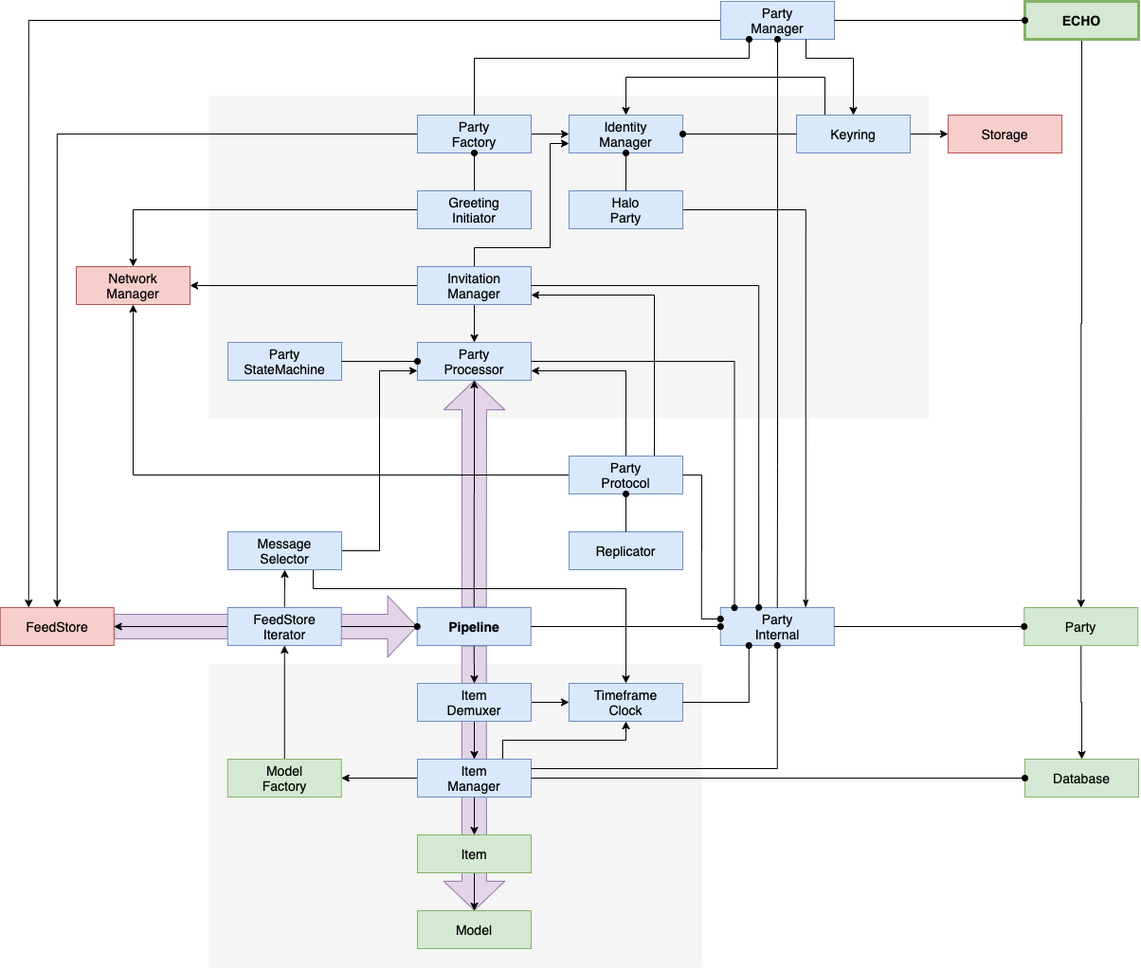
This is docs/content/diagrams/data-processing-2.png from dxos/dxos, a draw.io export, as it was before one commit. Source tidied: cells renumbered, new cells last; positions are measured from the earlier drawing's top-left corner, leaving out a move shared by most shapes.
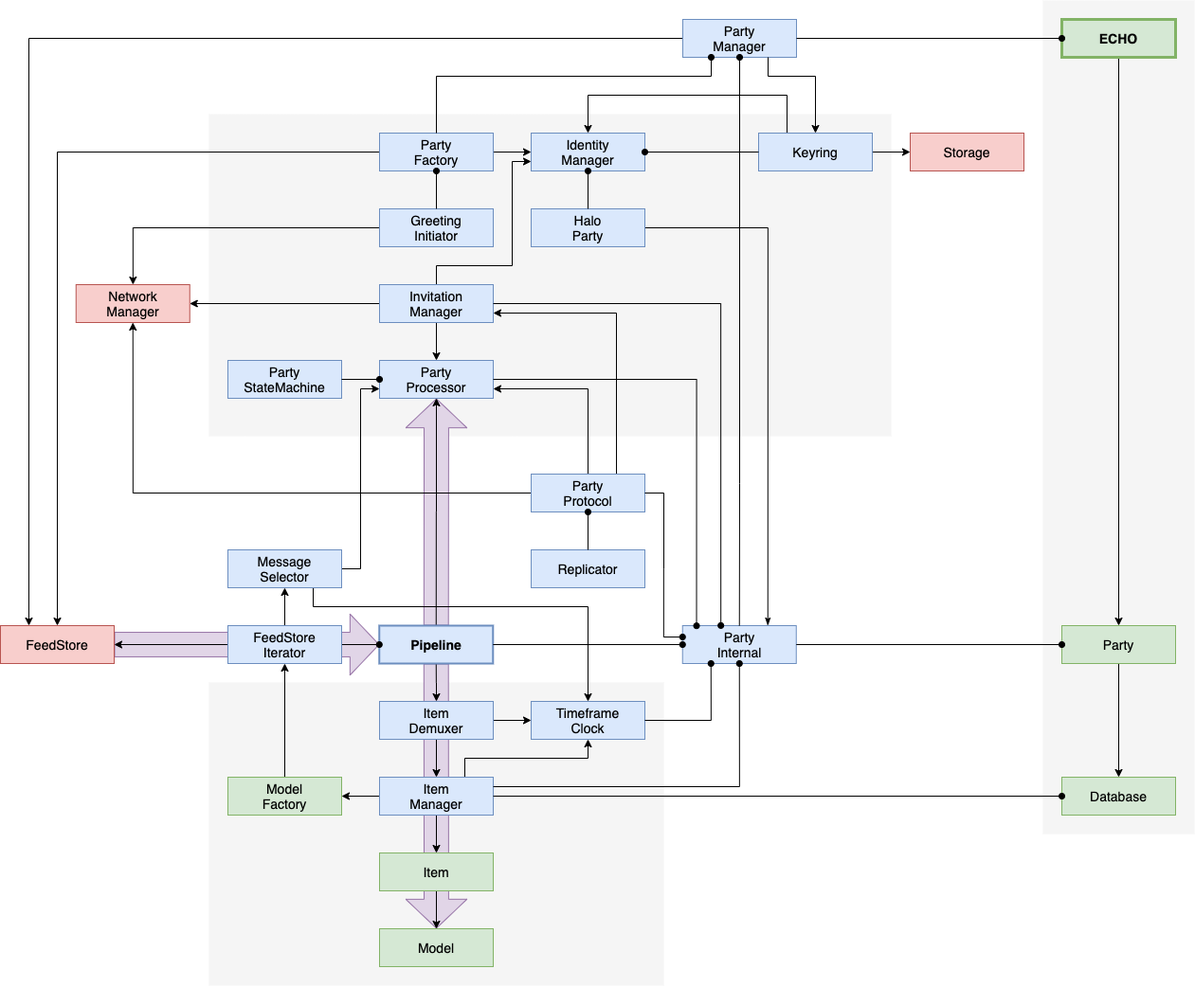
Above is the later version.

Change to the diagram source:
```diff
@@ -2,17 +2,22 @@
   <root>
     <mxCell id="0" />
     <mxCell id="1" parent="0" />
+    <mxCell id="81" style="rounded=0;whiteSpace=wrap;html=1;fontSize=14;fontFamily=Helvetica;fontStyle=0;fillColor=#f5f5f5;dashed=1;fontColor=#333333;strokeColor=none;" parent="1" vertex="1">
+      <mxGeometry x="1140" y="-20" width="160" height="880" as="geometry" />
+    </mxCell>
+    <mxCell id="82" style="shape=flexArrow;endArrow=classic;html=1;fillColor=#e1d5e7;strokeColor=#9673a6;endWidth=37.64705882352941;endSize=9.882352941176471;width=25.88235294117647;" parent="1" edge="1" source="60">
+      <mxGeometry relative="1" as="geometry">
+        <mxPoint x="440" y="660" as="targetPoint" />
+      </mxGeometry>
+    </mxCell>
     <mxCell id="2" style="rounded=0;whiteSpace=wrap;html=1;fontSize=14;fontFamily=Helvetica;fontStyle=0;fillColor=#f5f5f5;dashed=1;fontColor=#333333;strokeColor=none;" parent="1" vertex="1">
-      <mxGeometry x="220" y="700" width="520" height="320" as="geometry" />
+      <mxGeometry x="260" y="700" width="480" height="320" as="geometry" />
     </mxCell>
     <mxCell id="3" style="shape=flexArrow;endArrow=classic;html=1;fillColor=#e1d5e7;strokeColor=#9673a6;endWidth=37.64705882352941;endSize=9.882352941176471;width=25.88235294117647;exitX=0.5;exitY=1;exitDx=0;exitDy=0;entryX=0.5;entryY=0;entryDx=0;entryDy=0;" parent="1" edge="1" source="19" target="16">
       <mxGeometry relative="1" as="geometry" />
     </mxCell>
-    <mxCell id="4" style="shape=flexArrow;endArrow=classic;html=1;entryX=0;entryY=0.5;entryDx=0;entryDy=0;fillColor=#e1d5e7;strokeColor=#9673a6;endWidth=37.64705882352941;endSize=9.882352941176471;width=25.88235294117647;" parent="1" edge="1" source="60" target="19">
-      <mxGeometry relative="1" as="geometry" />
-    </mxCell>
     <mxCell id="5" style="rounded=0;whiteSpace=wrap;html=1;fontSize=14;fontFamily=Helvetica;fontStyle=0;fillColor=#f5f5f5;dashed=1;fontColor=#333333;strokeColor=none;" parent="1" vertex="1">
-      <mxGeometry x="220" y="100" width="760" height="340" as="geometry" />
+      <mxGeometry x="260" y="100" width="720" height="340" as="geometry" />
     </mxCell>
     <mxCell id="6" style="shape=flexArrow;endArrow=classic;html=1;entryX=0.5;entryY=1;entryDx=0;entryDy=0;fillColor=#e1d5e7;strokeColor=#9673a6;endWidth=37.64705882352941;endSize=9.882352941176471;width=25.88235294117647;exitX=0.5;exitY=0;exitDx=0;exitDy=0;" parent="1" edge="1" source="19" target="20">
       <mxGeometry relative="1" as="geometry" />
@@ -58,14 +63,14 @@
     <mxCell id="18" style="edgeStyle=orthogonalEdgeStyle;rounded=0;jettySize=auto;html=1;exitX=0.5;exitY=0;exitDx=0;exitDy=0;" parent="1" edge="1" source="19" target="20">
       <mxGeometry relative="1" as="geometry" />
     </mxCell>
-    <mxCell id="19" value="Pipeline" style="rounded=0;whiteSpace=wrap;html=1;fontSize=14;fontFamily=Helvetica;fillColor=#dae8fc;strokeColor=#6c8ebf;fontStyle=1;strokeWidth=1;" parent="1" vertex="1">
+    <mxCell id="19" value="Pipeline" style="rounded=0;whiteSpace=wrap;html=1;fontSize=14;fontFamily=Helvetica;fillColor=#dae8fc;strokeColor=#6c8ebf;fontStyle=1;strokeWidth=2;" parent="1" vertex="1">
       <mxGeometry x="439.8" y="640" width="120" height="40" as="geometry" />
     </mxCell>
     <mxCell id="20" value="Party&lt;br&gt;Processor" style="rounded=0;whiteSpace=wrap;html=1;fontSize=14;fontFamily=Helvetica;fillColor=#dae8fc;strokeColor=#6c8ebf;fontStyle=0;strokeWidth=1;" parent="1" vertex="1">
       <mxGeometry x="440" y="360" width="120" height="40" as="geometry" />
     </mxCell>
     <mxCell id="21" value="Party&lt;br&gt;StateMachine" style="rounded=0;whiteSpace=wrap;html=1;fontSize=14;fontFamily=Helvetica;fillColor=#dae8fc;strokeColor=#6c8ebf;fontStyle=0;strokeWidth=1;" parent="1" vertex="1">
-      <mxGeometry x="240" y="360" width="120" height="40" as="geometry" />
+      <mxGeometry x="280" y="360" width="120" height="40" as="geometry" />
     </mxCell>
     <mxCell id="22" value="Timeframe&lt;br&gt;Clock" style="rounded=0;whiteSpace=wrap;html=1;fontSize=14;fontFamily=Helvetica;fillColor=#dae8fc;strokeColor=#6c8ebf;fontStyle=0;strokeWidth=1;" parent="1" vertex="1">
       <mxGeometry x="600" y="720" width="120" height="40" as="geometry" />
@@ -109,10 +114,10 @@
       <mxGeometry relative="1" as="geometry" />
     </mxCell>
     <mxCell id="33" value="Model&lt;br&gt;Factory" style="rounded=0;whiteSpace=wrap;html=1;fontSize=14;fontFamily=Helvetica;fillColor=#d5e8d4;strokeColor=#82b366;fontStyle=0;strokeWidth=1;" parent="1" vertex="1">
-      <mxGeometry x="239.8" y="800" width="120" height="40" as="geometry" />
+      <mxGeometry x="280" y="800" width="120" height="40" as="geometry" />
     </mxCell>
     <mxCell id="34" value="Network&lt;br&gt;Manager" style="rounded=0;whiteSpace=wrap;html=1;fontSize=14;fontFamily=Helvetica;fillColor=#f8cecc;strokeColor=#b85450;fontStyle=0;strokeWidth=1;" parent="1" vertex="1">
-      <mxGeometry x="80" y="280" width="120" height="40" as="geometry" />
+      <mxGeometry x="119.8" y="280" width="120" height="40" as="geometry" />
     </mxCell>
     <mxCell id="35" style="edgeStyle=orthogonalEdgeStyle;rounded=0;jettySize=auto;html=1;exitX=0;exitY=0.5;exitDx=0;exitDy=0;" parent="1" edge="1" source="36" target="34">
       <mxGeometry relative="1" as="geometry" />
@@ -160,16 +165,16 @@
       <mxGeometry relative="1" as="geometry" />
     </mxCell>
     <mxCell id="48" value="ECHO" style="rounded=0;whiteSpace=wrap;html=1;fontSize=14;fontFamily=Helvetica;fillColor=#d5e8d4;strokeColor=#82b366;fontStyle=1;strokeWidth=3;" parent="1" vertex="1">
-      <mxGeometry x="1081" width="120" height="40" as="geometry" />
+      <mxGeometry x="1160" width="120" height="40" as="geometry" />
     </mxCell>
     <mxCell id="49" style="edgeStyle=orthogonalEdgeStyle;rounded=0;jettySize=auto;html=1;exitX=0.5;exitY=1;exitDx=0;exitDy=0;" parent="1" edge="1" source="50" target="51">
       <mxGeometry relative="1" as="geometry" />
     </mxCell>
     <mxCell id="50" value="Party" style="rounded=0;whiteSpace=wrap;html=1;fontSize=14;fontFamily=Helvetica;fillColor=#d5e8d4;strokeColor=#82b366;fontStyle=0;strokeWidth=1;" parent="1" vertex="1">
-      <mxGeometry x="1080.2" y="640" width="120" height="40" as="geometry" />
+      <mxGeometry x="1160" y="640" width="120" height="40" as="geometry" />
     </mxCell>
     <mxCell id="51" value="Database" style="rounded=0;whiteSpace=wrap;html=1;fontSize=14;fontFamily=Helvetica;fillColor=#d5e8d4;strokeColor=#82b366;fontStyle=0;strokeWidth=1;" parent="1" vertex="1">
-      <mxGeometry x="1081" y="800" width="120" height="40" as="geometry" />
+      <mxGeometry x="1160" y="800" width="120" height="40" as="geometry" />
     </mxCell>
     <mxCell id="52" style="edgeStyle=orthogonalEdgeStyle;rounded=0;orthogonalLoop=1;jettySize=auto;html=1;exitX=0.5;exitY=1;exitDx=0;exitDy=0;" parent="1" edge="1" source="62" target="62">
       <mxGeometry relative="1" as="geometry" />
@@ -177,7 +182,7 @@
     <mxCell id="53" style="edgeStyle=orthogonalEdgeStyle;rounded=0;jettySize=auto;html=1;exitX=0.75;exitY=1;exitDx=0;exitDy=0;" parent="1" edge="1" source="55" target="22">
       <mxGeometry relative="1" as="geometry">
         <Array as="points">
-          <mxPoint x="330" y="620" />
+          <mxPoint x="370" y="620" />
           <mxPoint x="660" y="620" />
         </Array>
       </mxGeometry>
@@ -186,7 +191,7 @@
       <mxGeometry relative="1" as="geometry" />
     </mxCell>
     <mxCell id="55" value="Message&lt;br&gt;Selector" style="rounded=0;whiteSpace=wrap;html=1;fontSize=14;fontFamily=Helvetica;fillColor=#dae8fc;strokeColor=#6c8ebf;fontStyle=0;strokeWidth=1;" parent="1" vertex="1">
-      <mxGeometry x="240" y="560" width="120" height="40" as="geometry" />
+      <mxGeometry x="280" y="560" width="120" height="40" as="geometry" />
     </mxCell>
     <mxCell id="56" value="Replicator" style="rounded=0;whiteSpace=wrap;html=1;fontSize=14;fontFamily=Helvetica;fillColor=#dae8fc;strokeColor=#6c8ebf;fontStyle=0;strokeWidth=1;" parent="1" vertex="1">
       <mxGeometry x="600" y="560" width="120" height="40" as="geometry" />
@@ -197,11 +202,8 @@
     <mxCell id="58" value="Halo&lt;br&gt;Party" style="rounded=0;whiteSpace=wrap;html=1;fontSize=14;fontFamily=Helvetica;fillColor=#dae8fc;strokeColor=#6c8ebf;fontStyle=0;strokeWidth=1;" parent="1" vertex="1">
       <mxGeometry x="600" y="200" width="120" height="40" as="geometry" />
     </mxCell>
-    <mxCell id="59" value="FeedStore&lt;br&gt;Iterator" style="rounded=0;whiteSpace=wrap;html=1;fontSize=14;fontFamily=Helvetica;fillColor=#dae8fc;strokeColor=#6c8ebf;fontStyle=0;strokeWidth=1;" parent="1" vertex="1">
-      <mxGeometry x="239.8" y="640" width="120" height="40" as="geometry" />
-    </mxCell>
     <mxCell id="60" value="FeedStore" style="rounded=0;whiteSpace=wrap;html=1;fontSize=14;fontFamily=Helvetica;fillColor=#f8cecc;strokeColor=#b85450;fontStyle=0;strokeWidth=1;" parent="1" vertex="1">
-      <mxGeometry x="-0.2" y="640" width="120" height="40" as="geometry" />
+      <mxGeometry x="40" y="640" width="120" height="40" as="geometry" />
     </mxCell>
     <mxCell id="61" value="Item&lt;br&gt;Manager" style="rounded=0;whiteSpace=wrap;html=1;fontSize=14;fontFamily=Helvetica;fillColor=#dae8fc;strokeColor=#6c8ebf;fontStyle=0;strokeWidth=1;" parent="1" vertex="1">
       <mxGeometry x="440" y="800" width="120" height="40" as="geometry" />
@@ -278,5 +280,8 @@
     <mxCell id="80" style="edgeStyle=orthogonalEdgeStyle;rounded=0;jettySize=auto;html=1;exitX=0.5;exitY=1;exitDx=0;exitDy=0;entryX=0.5;entryY=0;entryDx=0;entryDy=0;startArrow=oval;startFill=1;endArrow=none;endFill=0;" parent="1" edge="1" source="23" target="58">
       <mxGeometry relative="1" as="geometry" />
     </mxCell>
+    <mxCell id="59" value="FeedStore&lt;br&gt;Iterator" style="rounded=0;whiteSpace=wrap;html=1;fontSize=14;fontFamily=Helvetica;fillColor=#dae8fc;strokeColor=#6c8ebf;fontStyle=0;strokeWidth=1;" parent="1" vertex="1">
+      <mxGeometry x="280" y="640" width="120" height="40" as="geometry" />
+    </mxCell>
   </root>
 </mxGraphModel>
```
